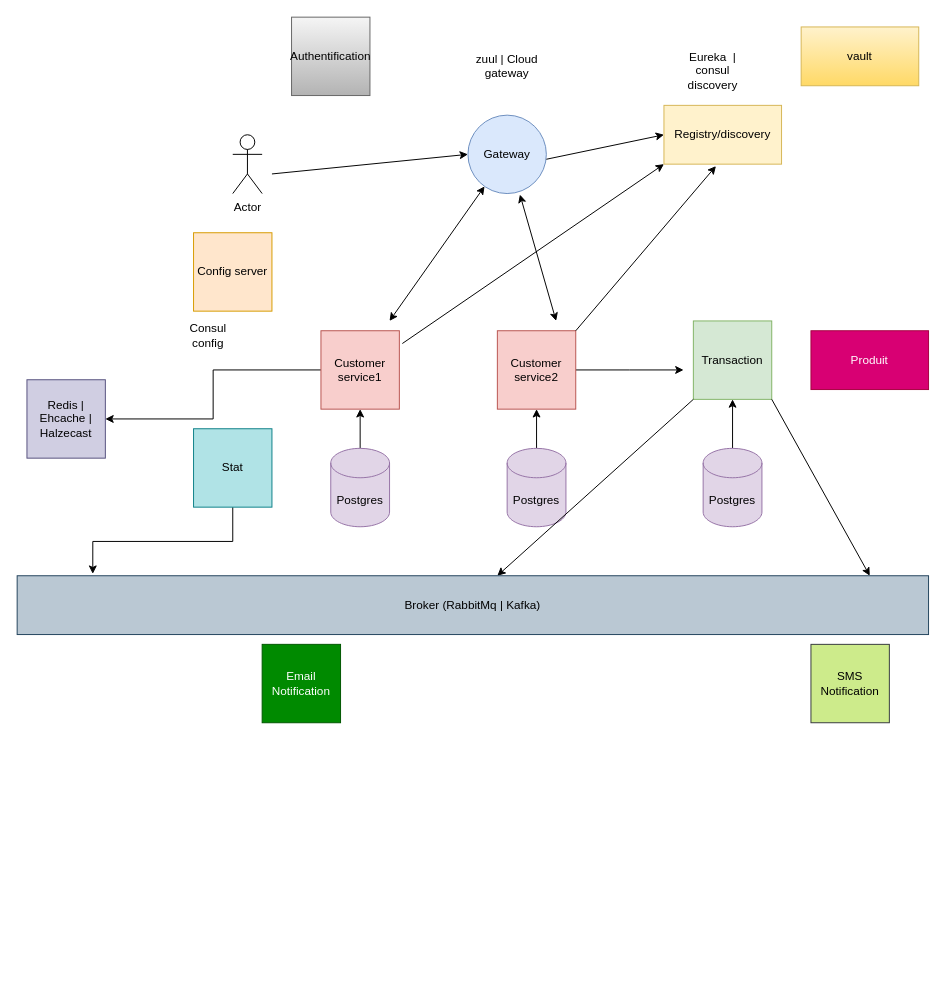
moussbed/xml keeps this draw.io diagram as images/Diagramme sans nom.drawio. Above is the earlier version. Source tidied: cells renumbered, new cells numbered last; positions are measured from the earlier drawing's top-left corner, leaving out a move shared by most shapes. Both pictures are drawn from the tidied source at 98%, with x=0, y=0 at pixel (17, 17).
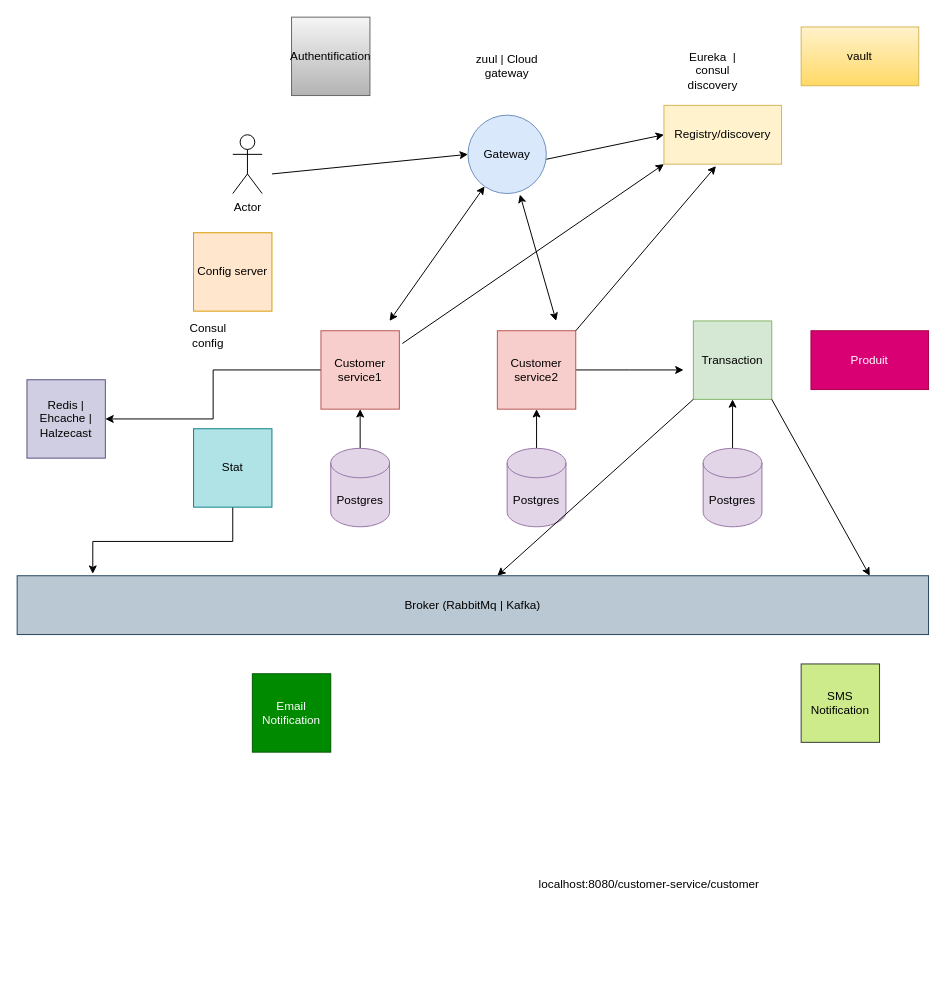
Above is the later version.

The edit, as a diff of the source:
```diff
@@
     <mxCell id="29" value="Email Notification" style="whiteSpace=wrap;html=1;fillColor=#008a00;strokeColor=#005700;fontColor=#ffffff;" parent="1" vertex="1">
-      <mxGeometry x="250" y="640" width="80" height="80" as="geometry" />
+      <mxGeometry x="240" y="670" width="80" height="80" as="geometry" />
     </mxCell>
     <mxCell id="30" value="SMS Notification" style="whiteSpace=wrap;html=1;fillColor=#cdeb8b;strokeColor=#36393d;" parent="1" vertex="1">
-      <mxGeometry x="810" y="640" width="80" height="80" as="geometry" />
+      <mxGeometry x="800" y="660" width="80" height="80" as="geometry" />
     </mxCell>
@@
+    <mxCell id="37" value="localhost:8080/customer-service/customer" style="text;html=1;strokeColor=none;fillColor=none;align=center;verticalAlign=middle;whiteSpace=wrap;rounded=0;" parent="1" vertex="1">
+      <mxGeometry x="510" y="870" width="270" height="30" as="geometry" />
+    </mxCell>
+    <mxCell id="38" value="&lt;br&gt;" style="text;html=1;strokeColor=none;fillColor=none;align=center;verticalAlign=middle;whiteSpace=wrap;rounded=0;" parent="1" vertex="1">
+      <mxGeometry x="510" y="940" width="280" height="30" as="geometry" />
+    </mxCell>
```
